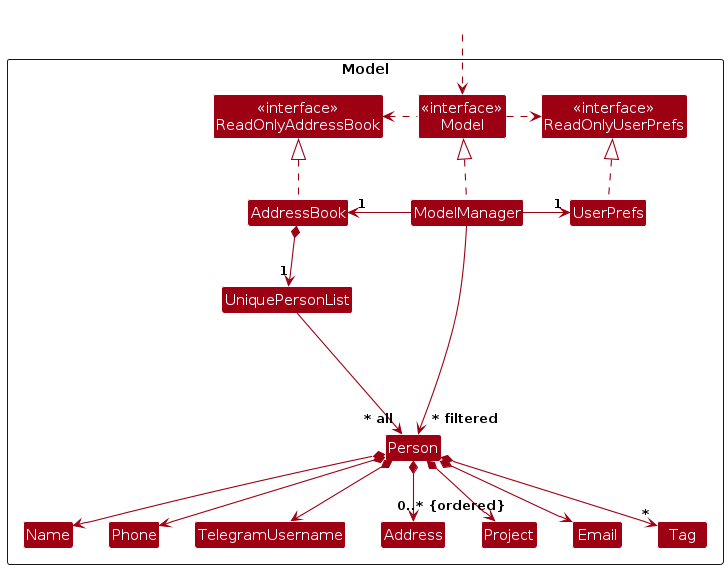
The PlantUML diagram diagrams/ModelClassDiagram.png in AY2627S1-CS2103T-W14-2/tp, before a commit. Its source is kept beside it as diagrams/ModelClassDiagram.puml.
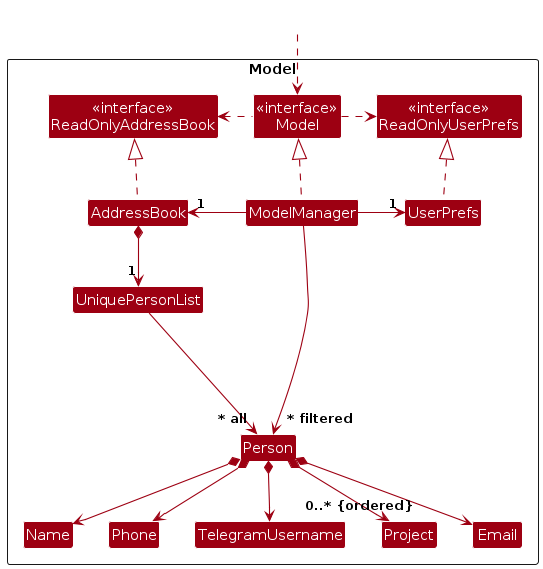
After the commit.

The edit, as a diff of the source:
```diff
@@ -14,13 +14,11 @@
 
 Class UniquePersonList
 Class Person
-Class Address
 Class Email
 Class Name
 Class Phone
 Class TelegramUsername
 Class Project
-Class Tag
 
 Class I #FFFFFF
 }
@@ -43,17 +41,14 @@
 Person *--> Phone
 Person *--> Email
 Person *--> TelegramUsername
-Person *--> Address
 Person *--> "0..* {ordered}" Project
-Person *--> "*" Tag
 
 Person -[hidden]up--> I
 UniquePersonList -[hidden]right-> I
 
 Name -[hidden]right-> Phone
 Phone -[hidden]right-> TelegramUsername
-TelegramUsername -[hidden]right-> Address
-Address -[hidden]right-> Project
+TelegramUsername -[hidden]right-> Project
 Project -[hidden]right-> Email
 
 ModelManager --> "~* filtered" Person
```
